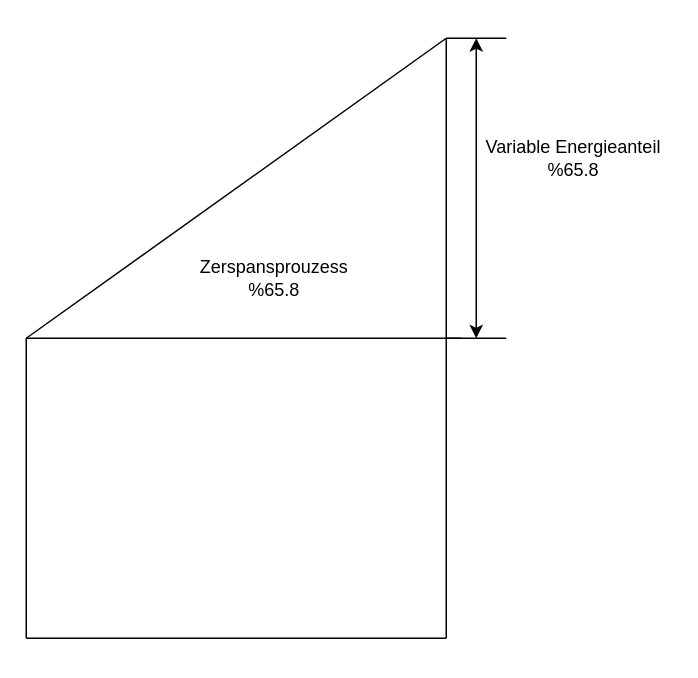
The draw.io diagram Untitled Diagram.drawio in summerwind123321/learn, before the edit. Source tidied: cells renumbered, new cells numbered last; positions are measured from the earlier drawing's top-left corner, leaving out a move shared by most shapes. Both pictures are drawn from the tidied source at 150%, with x=0, y=0 at pixel (26, 38).
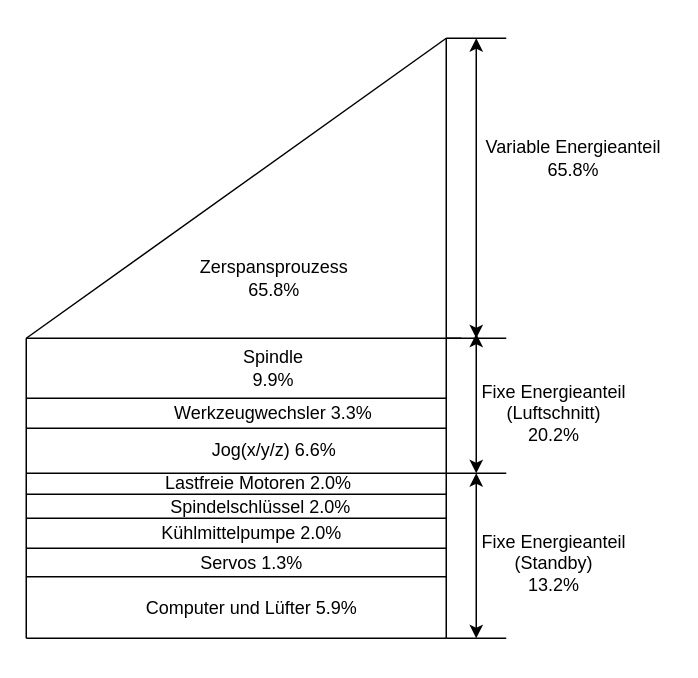
Above is the later version.

The edit, as a diff of the source:
```diff
@@
-    <mxCell id="9" value="Variable Energieanteil&lt;br&gt;%65.8" style="text;html=1;strokeColor=none;fillColor=none;align=center;verticalAlign=middle;whiteSpace=wrap;rounded=0;" parent="1" vertex="1">
+    <mxCell id="9" value="Variable Energieanteil&lt;br&gt;65.8%" style="text;html=1;strokeColor=none;fillColor=none;align=center;verticalAlign=middle;whiteSpace=wrap;rounded=0;" parent="1" vertex="1">
       <mxGeometry x="300" y="70" width="130" height="20" as="geometry" />
     </mxCell>
-    <mxCell id="10" value="Zerspansprouzess&lt;br&gt;%65.8" style="text;html=1;align=center;verticalAlign=middle;strokeColor=none;" parent="1" vertex="1">
+    <mxCell id="10" value="Zerspansprouzess&lt;br&gt;65.8%" style="text;html=1;align=center;verticalAlign=middle;strokeColor=none;" parent="1" vertex="1">
       <mxGeometry x="110" y="145" width="110" height="30" as="geometry" />
     </mxCell>
@@
+    <mxCell id="12" style="endArrow=none;html=1;" parent="1" edge="1">
+      <mxGeometry relative="1" as="geometry">
+        <mxPoint y="240" as="sourcePoint" />
+        <mxPoint x="280" y="240" as="targetPoint" />
+      </mxGeometry>
+    </mxCell>
+    <mxCell id="13" style="endArrow=none;html=1;" parent="1" edge="1">
+      <mxGeometry relative="1" as="geometry">
+        <mxPoint y="260" as="sourcePoint" />
+        <mxPoint x="280" y="260" as="targetPoint" />
+      </mxGeometry>
+    </mxCell>
+    <mxCell id="14" style="endArrow=none;html=1;" parent="1" edge="1">
+      <mxGeometry relative="1" as="geometry">
+        <mxPoint y="290" as="sourcePoint" />
+        <mxPoint x="280" y="290" as="targetPoint" />
+      </mxGeometry>
+    </mxCell>
+    <mxCell id="15" style="endArrow=none;html=1;" parent="1" edge="1">
+      <mxGeometry relative="1" as="geometry">
+        <mxPoint y="304" as="sourcePoint" />
+        <mxPoint x="280" y="304" as="targetPoint" />
+      </mxGeometry>
+    </mxCell>
+    <mxCell id="16" style="endArrow=none;html=1;" parent="1" edge="1">
+      <mxGeometry relative="1" as="geometry">
+        <mxPoint y="320" as="sourcePoint" />
+        <mxPoint x="280" y="320" as="targetPoint" />
+      </mxGeometry>
+    </mxCell>
+    <mxCell id="17" style="endArrow=none;html=1;" parent="1" edge="1">
+      <mxGeometry relative="1" as="geometry">
+        <mxPoint y="340" as="sourcePoint" />
+        <mxPoint x="280" y="340" as="targetPoint" />
+      </mxGeometry>
+    </mxCell>
+    <mxCell id="18" style="endArrow=none;html=1;" parent="1" edge="1">
+      <mxGeometry relative="1" as="geometry">
+        <mxPoint y="359" as="sourcePoint" />
+        <mxPoint x="280" y="359" as="targetPoint" />
+      </mxGeometry>
+    </mxCell>
+    <mxCell id="19" value="Spindle 9.9%" style="text;html=1;strokeColor=none;fillColor=none;align=center;verticalAlign=middle;whiteSpace=wrap;rounded=0;" parent="1" vertex="1">
+      <mxGeometry x="145" y="210" width="40" height="20" as="geometry" />
+    </mxCell>
+    <mxCell id="20" value="Werkzeugwechsler 3.3%" style="text;html=1;strokeColor=none;fillColor=none;align=center;verticalAlign=middle;whiteSpace=wrap;rounded=0;" parent="1" vertex="1">
+      <mxGeometry x="79" y="240" width="172" height="20" as="geometry" />
+    </mxCell>
+    <mxCell id="21" value="Jog(x/y/z) 6.6%" style="text;html=1;align=center;verticalAlign=middle;strokeColor=none;" parent="1" vertex="1">
+      <mxGeometry x="115" y="265" width="100" height="20" as="geometry" />
+    </mxCell>
+    <mxCell id="22" value="Lastfreie Motoren 2.0%" style="text;html=1;strokeColor=none;fillColor=none;align=center;verticalAlign=middle;whiteSpace=wrap;rounded=0;" parent="1" vertex="1">
+      <mxGeometry x="90" y="287" width="130" height="20" as="geometry" />
+    </mxCell>
+    <mxCell id="23" value="Spindelschlüssel 2.0%" style="text;html=1;align=center;verticalAlign=middle;strokeColor=none;" parent="1" vertex="1">
+      <mxGeometry x="86" y="303" width="140" height="20" as="geometry" />
+    </mxCell>
+    <mxCell id="24" value="Kühlmittelpumpe 2.0%" style="text;html=1;align=center;verticalAlign=middle;strokeColor=none;" parent="1" vertex="1">
+      <mxGeometry x="80" y="320" width="140" height="20" as="geometry" />
+    </mxCell>
+    <mxCell id="25" value="Servos 1.3%" style="text;html=1;align=center;verticalAlign=middle;strokeColor=none;" parent="1" vertex="1">
+      <mxGeometry x="110" y="340" width="80" height="20" as="geometry" />
+    </mxCell>
+    <mxCell id="26" value="Computer und Lüfter 5.9%" style="text;html=1;align=center;verticalAlign=middle;strokeColor=none;" parent="1" vertex="1">
+      <mxGeometry x="70" y="370" width="160" height="20" as="geometry" />
+    </mxCell>
+    <mxCell id="27" style="endArrow=none;html=1;" parent="1" edge="1">
+      <mxGeometry relative="1" as="geometry">
+        <mxPoint x="280" y="290" as="sourcePoint" />
+        <mxPoint x="320" y="290" as="targetPoint" />
+      </mxGeometry>
+    </mxCell>
+    <mxCell id="28" style="endArrow=none;html=1;" parent="1" edge="1">
+      <mxGeometry relative="1" as="geometry">
+        <mxPoint x="280" y="400" as="sourcePoint" />
+        <mxPoint x="320" y="400" as="targetPoint" />
+      </mxGeometry>
+    </mxCell>
+    <mxCell id="29" style="endArrow=classic;startArrow=classic;html=1;" parent="1" edge="1">
+      <mxGeometry relative="1" as="geometry">
+        <mxPoint x="300" y="290" as="sourcePoint" />
+        <mxPoint x="300" y="197" as="targetPoint" />
+      </mxGeometry>
+    </mxCell>
+    <mxCell id="30" style="endArrow=classic;startArrow=classic;html=1;" parent="1" edge="1">
+      <mxGeometry relative="1" as="geometry">
+        <mxPoint x="300" y="400" as="sourcePoint" />
+        <mxPoint x="300" y="290" as="targetPoint" />
+      </mxGeometry>
+    </mxCell>
+    <mxCell id="31" value="Fixe Energieanteil&lt;br&gt;(Luftschnitt)&lt;br&gt;20.2%" style="text;html=1;strokeColor=none;fillColor=none;align=center;verticalAlign=middle;whiteSpace=wrap;rounded=0;" parent="1" vertex="1">
+      <mxGeometry x="287" y="240" width="130" height="20" as="geometry" />
+    </mxCell>
+    <mxCell id="32" value="Fixe Energieanteil&lt;br&gt;(Standby)&lt;br&gt;13.2%" style="text;html=1;strokeColor=none;fillColor=none;align=center;verticalAlign=middle;whiteSpace=wrap;rounded=0;" parent="1" vertex="1">
+      <mxGeometry x="287" y="340" width="130" height="20" as="geometry" />
+    </mxCell>
```
